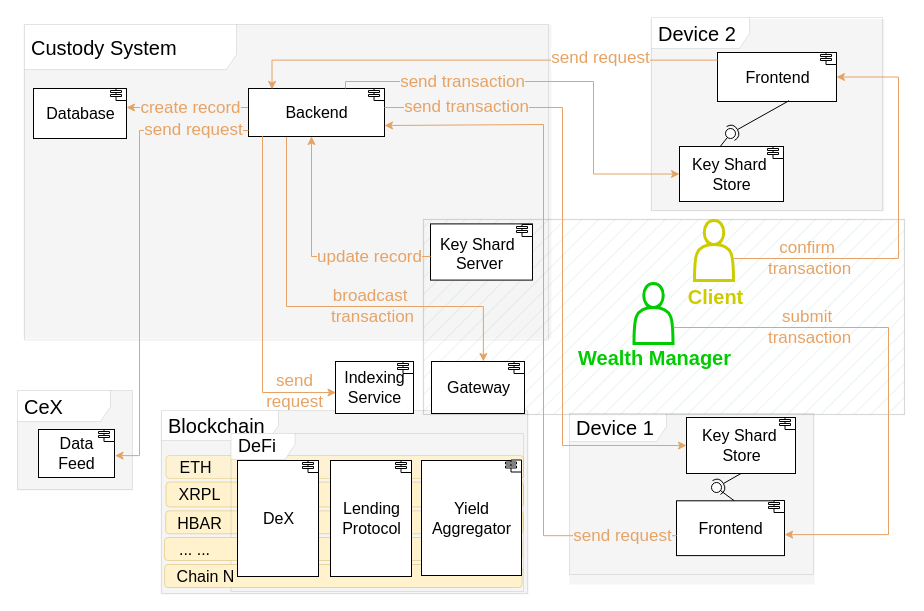
This is page "architecture" (2 of 13) of drawio-diagrams/wallet_architecture.drawio from dlt-science/crypto-mpc-wallet-bloom, a draw.io file, before an edit. Source tidied: cells renumbered, new cells numbered last; positions are measured from the earlier drawing's top-left corner, leaving out a move shared by most shapes. Both pictures are drawn from the tidied source at 100%, with x=0, y=0 at pixel (16, 17).
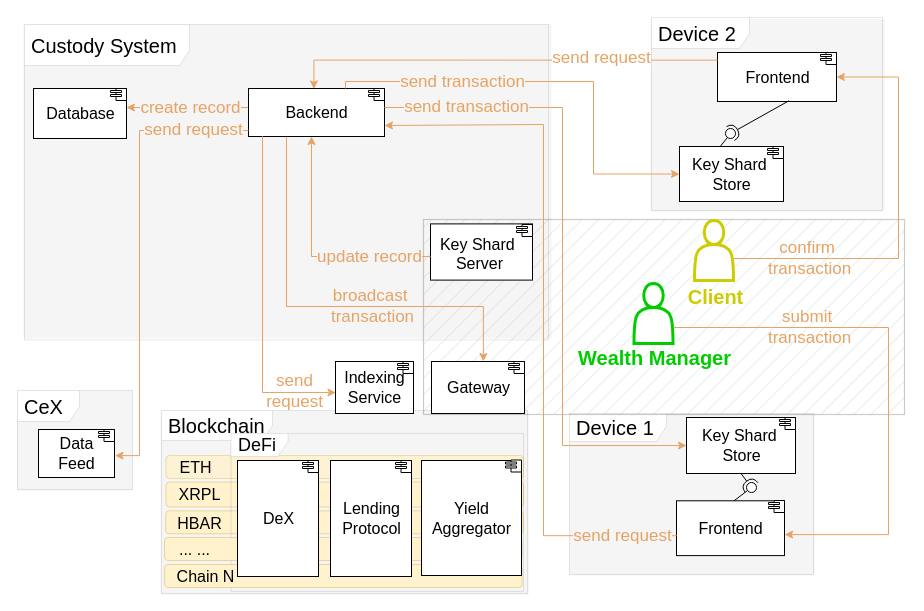
After the change.

The change refers to these unchanged cells:
```xml
<mxCell id="15" value="&lt;font style=&quot;font-size: 16px;&quot;&gt;Backend&lt;/font&gt;" style="html=1;align=center;verticalAlign=middle;dashed=0;" parent="1" vertex="1">
  <mxGeometry x="232" y="71" width="136" height="48" as="geometry" />
</mxCell>
<mxCell id="30" value="&lt;font style=&quot;font-size: 16px;&quot;&gt;Frontend&lt;/font&gt;" style="html=1;align=center;verticalAlign=middle;dashed=0;strokeColor=#000000;" parent="1" vertex="1">
  <mxGeometry x="701" y="35" width="119" height="49" as="geometry" />
</mxCell>
```

The edit, as a diff of the source:
```diff
@@
-    <mxCell id="2" style="rounded=0;whiteSpace=wrap;html=1;fillColor=#f5f5f5;fontColor=#333333;strokeColor=none;" parent="1" vertex="1">
+    <mxCell id="2" style="rounded=0;whiteSpace=wrap;html=1;fillColor=#f5f5f5;fontColor=#333333;strokeColor=none;strokeWidth=0;" parent="1" vertex="1">
       <mxGeometry x="0.5" y="373" width="115.5" height="100" as="geometry" />
     </mxCell>
-    <mxCell id="3" style="rounded=0;whiteSpace=wrap;html=1;fillColor=#f5f5f5;fontColor=#333333;strokeColor=none;" parent="1" vertex="1">
+    <mxCell id="3" style="rounded=0;whiteSpace=wrap;html=1;fillColor=#f5f5f5;fontColor=#333333;strokeColor=none;strokeWidth=0;" parent="1" vertex="1">
       <mxGeometry x="634" y="1.5" width="234" height="192.5" as="geometry" />
     </mxCell>
@@
-    <mxCell id="5" style="rounded=0;whiteSpace=wrap;html=1;fillColor=#f5f5f5;fontColor=#333333;strokeColor=none;" parent="1" vertex="1">
-      <mxGeometry x="553" y="396" width="245" height="171" as="geometry" />
+    <mxCell id="5" style="rounded=0;whiteSpace=wrap;html=1;fillColor=#f5f5f5;fontColor=#333333;strokeColor=none;strokeWidth=0;" parent="1" vertex="1">
+      <mxGeometry x="553" y="396" width="245" height="162" as="geometry" />
     </mxCell>
@@
-    <mxCell id="7" style="rounded=0;whiteSpace=wrap;html=1;fillColor=#f5f5f5;fontColor=#333333;strokeColor=none;" parent="1" vertex="1">
+    <mxCell id="7" style="rounded=0;whiteSpace=wrap;html=1;fillColor=#f5f5f5;fontColor=#333333;strokeColor=none;strokeWidth=0;" parent="1" vertex="1">
       <mxGeometry x="144.1" y="393" width="368.2" height="184" as="geometry" />
     </mxCell>
-    <mxCell id="8" value="&lt;font style=&quot;font-size: 20px;&quot;&gt;Blockchain&lt;/font&gt;" style="shape=umlFrame;whiteSpace=wrap;html=1;width=117;height=30;boundedLbl=1;verticalAlign=middle;align=left;spacingLeft=5;strokeWidth=0;strokeColor=#000000;fillColor=#FFFFFF;" parent="1" vertex="1">
+    <mxCell id="8" value="&lt;font style=&quot;font-size: 20px;&quot;&gt;Blockchain&lt;/font&gt;" style="shape=umlFrame;whiteSpace=wrap;html=1;width=111;height=30;boundedLbl=1;verticalAlign=middle;align=left;spacingLeft=5;strokeWidth=0;strokeColor=#000000;fillColor=#FFFFFF;" parent="1" vertex="1">
       <mxGeometry x="145" y="393" width="366" height="183" as="geometry" />
     </mxCell>
-    <mxCell id="9" style="rounded=0;whiteSpace=wrap;html=1;fillColor=#f5f5f5;fontColor=#333333;strokeColor=none;" parent="1" vertex="1">
+    <mxCell id="9" style="rounded=0;whiteSpace=wrap;html=1;fillColor=#f5f5f5;fontColor=#333333;strokeColor=none;strokeWidth=0;" parent="1" vertex="1">
       <mxGeometry x="7" y="6.8" width="528" height="314.2" as="geometry" />
     </mxCell>
-    <mxCell id="10" value="&lt;font style=&quot;font-size: 20px;&quot;&gt;Custody System&lt;/font&gt;" style="shape=umlFrame;whiteSpace=wrap;html=1;width=212;height=45;boundedLbl=1;verticalAlign=middle;align=left;spacingLeft=5;strokeWidth=0;strokeColor=#000000;" parent="1" vertex="1">
+    <mxCell id="10" value="&lt;font style=&quot;font-size: 20px;&quot;&gt;Custody System&lt;/font&gt;" style="shape=umlFrame;whiteSpace=wrap;html=1;width=165;height=41;boundedLbl=1;verticalAlign=middle;align=left;spacingLeft=5;strokeWidth=0;strokeColor=#000000;" parent="1" vertex="1">
       <mxGeometry x="8" y="7" width="524" height="315.4" as="geometry" />
     </mxCell>
-    <mxCell id="11" style="rounded=0;whiteSpace=wrap;html=1;fillColor=#67AB9F;opacity=15;strokeColor=default;strokeWidth=1.2;gradientColor=none;fillStyle=hatch;" parent="1" vertex="1">
+    <mxCell id="11" style="rounded=0;whiteSpace=wrap;html=1;fillColor=#67AB9F;opacity=20;strokeColor=default;strokeWidth=1.2;gradientColor=none;fillStyle=hatch;" parent="1" vertex="1">
       <mxGeometry x="407" y="202" width="481" height="195" as="geometry" />
     </mxCell>
@@
-    <mxCell id="23" value="&lt;font style=&quot;font-size: 18px;&quot;&gt;DeFi&lt;/font&gt;" style="shape=umlFrame;whiteSpace=wrap;html=1;width=64;height=26;boundedLbl=1;verticalAlign=middle;align=left;spacingLeft=5;strokeWidth=0;" parent="1" vertex="1">
+    <mxCell id="23" value="&lt;font style=&quot;font-size: 18px;&quot;&gt;DeFi&lt;/font&gt;" style="shape=umlFrame;whiteSpace=wrap;html=1;width=57;height=23;boundedLbl=1;verticalAlign=middle;align=left;spacingLeft=5;strokeWidth=0;" parent="1" vertex="1">
       <mxGeometry x="214.5" y="416" width="292.5" height="158" as="geometry" />
     </mxCell>
@@
     <mxCell id="40" style="ellipse;whiteSpace=wrap;html=1;align=center;points=[];outlineConnect=0;sketch=0;" parent="1" vertex="1">
-      <mxGeometry x="695" y="465" width="10" height="10" as="geometry" />
+      <mxGeometry x="730" y="465" width="10" height="10" as="geometry" />
     </mxCell>
@@
-    <mxCell id="48" value="&lt;font style=&quot;font-size: 20px;&quot;&gt;CeX&lt;/font&gt;" style="shape=umlFrame;whiteSpace=wrap;html=1;width=93;height=31;boundedLbl=1;verticalAlign=middle;align=left;spacingLeft=5;strokeWidth=0;strokeColor=#000000;" parent="1" vertex="1">
+    <mxCell id="48" value="&lt;font style=&quot;font-size: 20px;&quot;&gt;CeX&lt;/font&gt;" style="shape=umlFrame;whiteSpace=wrap;html=1;width=62;height=31;boundedLbl=1;verticalAlign=middle;align=left;spacingLeft=5;strokeWidth=0;strokeColor=#000000;" parent="1" vertex="1">
       <mxGeometry x="1" y="373" width="115" height="99" as="geometry" />
     </mxCell>
@@
-    <mxCell id="60" style="edgeStyle=orthogonalEdgeStyle;rounded=0;jettySize=auto;html=1;entryX=0.173;entryY=0.019;entryDx=0;entryDy=0;entryPerimeter=0;exitX=0;exitY=0.156;exitDx=0;exitDy=0;exitPerimeter=0;strokeColor=#E6A365;" parent="1" edge="1" source="30" target="15">
+    <mxCell id="60" style="edgeStyle=orthogonalEdgeStyle;rounded=0;jettySize=auto;html=1;entryX=0.481;entryY=0.01;entryDx=0;entryDy=0;entryPerimeter=0;exitX=0;exitY=0.156;exitDx=0;exitDy=0;exitPerimeter=0;strokeColor=#E6A365;" parent="1" edge="1" source="30" target="15">
       <mxGeometry relative="1" as="geometry">
         <Array as="points">
-          <mxPoint x="255" y="43" />
+          <mxPoint x="297" y="43" />
+          <mxPoint x="297" y="72" />
         </Array>
       </mxGeometry>
     </mxCell>
     <mxCell id="61" value="&lt;font color=&quot;#e6a365&quot;&gt;&lt;span style=&quot;font-size: 17px;&quot;&gt;send request&lt;/span&gt;&lt;/font&gt;" style="edgeLabel;html=1;align=center;verticalAlign=middle;labelBackgroundColor=default;" parent="60" vertex="1">
       <mxGeometry x="-0.02" y="1" relative="1" as="geometry">
-        <mxPoint x="116" y="-3" as="offset" />
+        <mxPoint x="96" y="-3" as="offset" />
       </mxGeometry>
     </mxCell>
```
